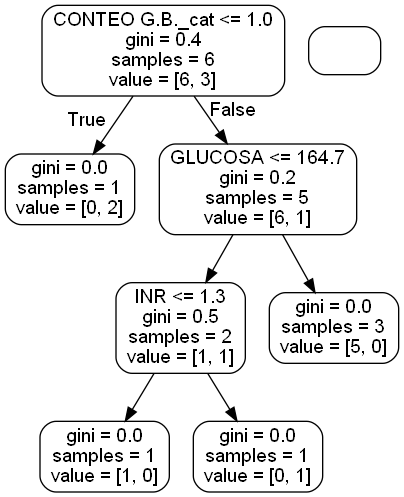
This is tesis/randomForestClassification.png from amarianjel/Machine-Learning-con-Jupiter, a Graphviz export, as it was before one commit. Its source is kept beside it as tesis/randomForestClassification.dot.
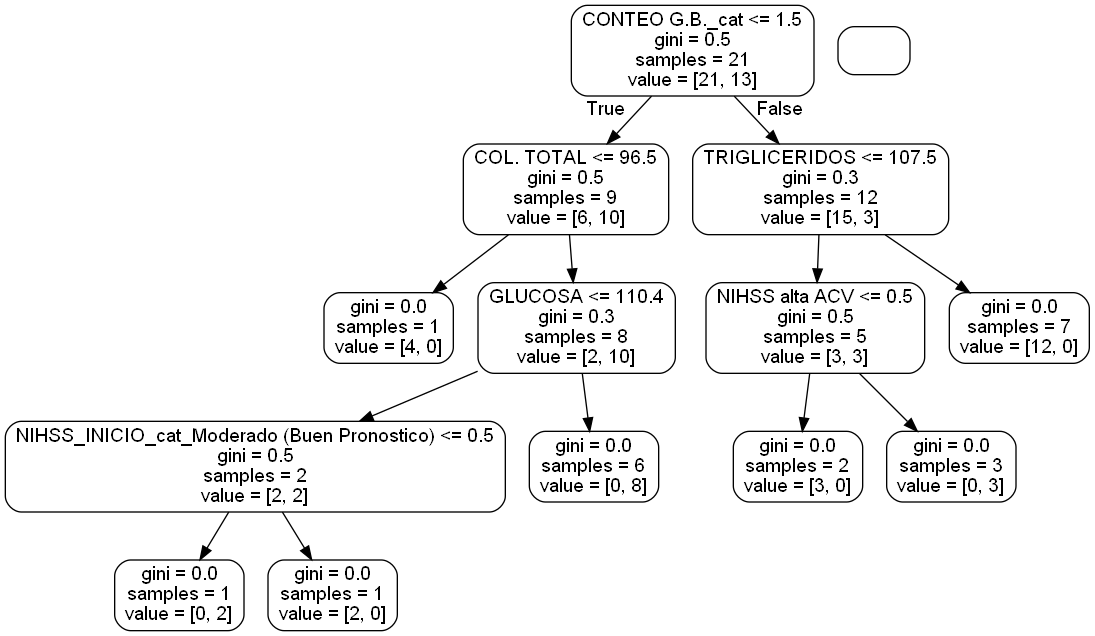
Above is the later version.

Change to the diagram source:
```diff
@@ -1,17 +1,29 @@
 digraph Tree {
 node [shape=box, style="rounded", color="black", fontname="helvetica"] ;
 edge [fontname="helvetica"] ;
-0 [label="CONTEO G.B._cat <= 1.0\ngini = 0.4\nsamples = 6\nvalue = [6, 3]"] ;
-1 [label="gini = 0.0\nsamples = 1\nvalue = [0, 2]"] ;
+0 [label="CONTEO G.B._cat <= 1.5\ngini = 0.5\nsamples = 21\nvalue = [21, 13]"] ;
+1 [label="COL. TOTAL <= 96.5\ngini = 0.5\nsamples = 9\nvalue = [6, 10]"] ;
 0 -> 1 [labeldistance=2.5, labelangle=45, headlabel="True"] ;
-2 [label="GLUCOSA <= 164.7\ngini = 0.2\nsamples = 5\nvalue = [6, 1]"] ;
-0 -> 2 [labeldistance=2.5, labelangle=-45, headlabel="False"] ;
-3 [label="INR <= 1.3\ngini = 0.5\nsamples = 2\nvalue = [1, 1]"] ;
-2 -> 3 ;
-4 [label="gini = 0.0\nsamples = 1\nvalue = [1, 0]"] ;
+2 [label="gini = 0.0\nsamples = 1\nvalue = [4, 0]"] ;
+1 -> 2 ;
+3 [label="GLUCOSA <= 110.4\ngini = 0.3\nsamples = 8\nvalue = [2, 10]"] ;
+1 -> 3 ;
+4 [label="NIHSS_INICIO_cat_Moderado (Buen Pronostico) <= 0.5\ngini = 0.5\nsamples = 2\nvalue = [2, 2]"] ;
 3 -> 4 ;
-5 [label="gini = 0.0\nsamples = 1\nvalue = [0, 1]"] ;
-3 -> 5 ;
-6 [label="gini = 0.0\nsamples = 3\nvalue = [5, 0]"] ;
-2 -> 6 ;
+5 [label="gini = 0.0\nsamples = 1\nvalue = [0, 2]"] ;
+4 -> 5 ;
+6 [label="gini = 0.0\nsamples = 1\nvalue = [2, 0]"] ;
+4 -> 6 ;
+7 [label="gini = 0.0\nsamples = 6\nvalue = [0, 8]"] ;
+3 -> 7 ;
+8 [label="TRIGLICERIDOS <= 107.5\ngini = 0.3\nsamples = 12\nvalue = [15, 3]"] ;
+0 -> 8 [labeldistance=2.5, labelangle=-45, headlabel="False"] ;
+9 [label="NIHSS alta ACV <= 0.5\ngini = 0.5\nsamples = 5\nvalue = [3, 3]"] ;
+8 -> 9 ;
+10 [label="gini = 0.0\nsamples = 2\nvalue = [3, 0]"] ;
+9 -> 10 ;
+11 [label="gini = 0.0\nsamples = 3\nvalue = [0, 3]"] ;
+9 -> 11 ;
+12 [label="gini = 0.0\nsamples = 7\nvalue = [12, 0]"] ;
+8 -> 12 ;
 }
```
